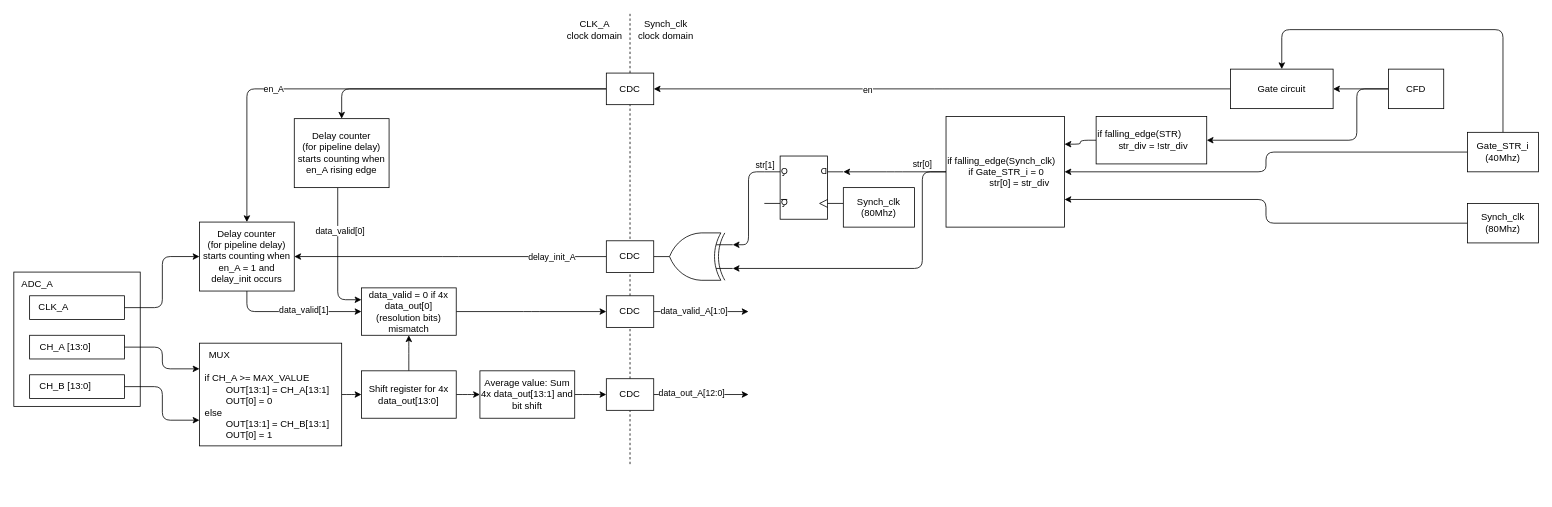
This is sch/fit_pm_afe_chanell_logic.drawio from alice-fit-fee-upgrade/FIT_PM_GW_CPLD, a draw.io file, before an edit. Source tidied: cells renumbered, new cells numbered last; positions are measured from the earlier drawing's top-left corner, leaving out a move shared by most shapes. Both pictures are drawn from the tidied source at 79%, with x=0, y=0 at pixel (13, 13).
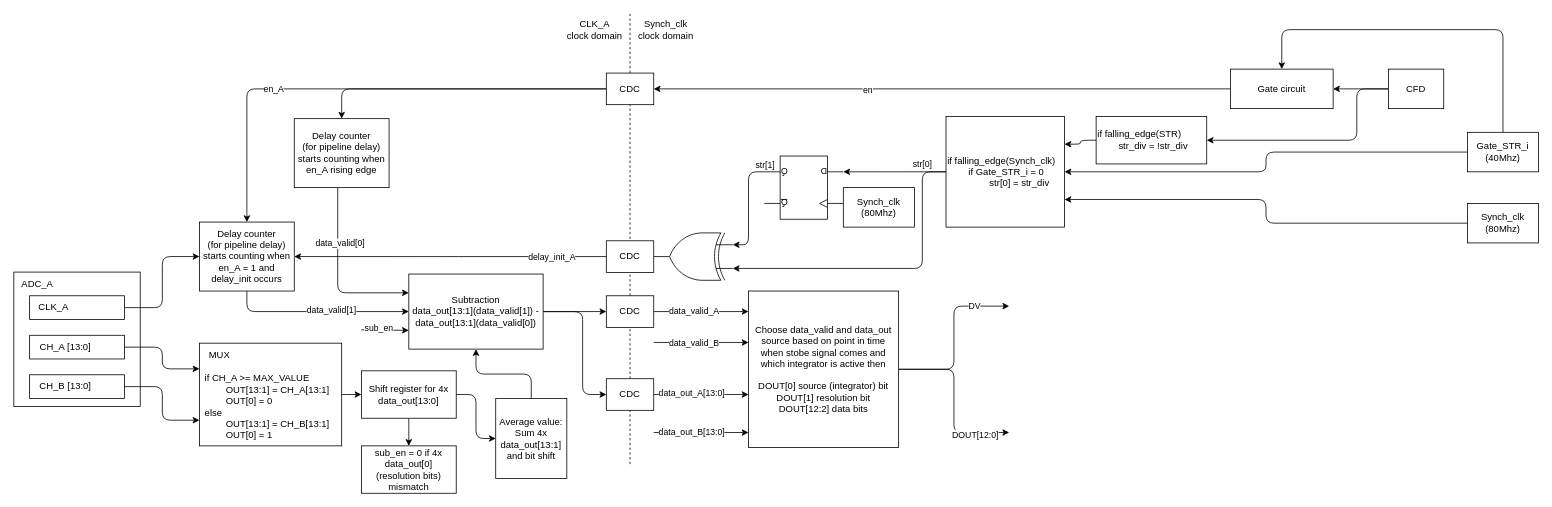
Above is the later version.

The change refers to these unchanged cells:
```xml
<mxCell id="44" value="Delay counter&lt;br&gt;(for pipeline delay)&lt;br&gt;starts counting when en_A = 1 and delay_init occurs" style="whiteSpace=wrap;html=1;" parent="1" vertex="1">
  <mxGeometry x="235" y="263.6" width="120" height="87.3" as="geometry" />
</mxCell>
<mxCell id="47" value="Shift register for 4x data_out[13:0]" style="whiteSpace=wrap;html=1;" parent="1" vertex="1">
  <mxGeometry x="440" y="451.9" width="120" height="60" as="geometry" />
</mxCell>
<mxCell id="53" style="edgeStyle=elbowEdgeStyle;html=1;" parent="1" edge="1" source="55">
  <mxGeometry relative="1" as="geometry">
    <mxPoint x="930" y="376.9" as="targetPoint" />
  </mxGeometry>
</mxCell>
<mxCell id="55" value="CDC" style="whiteSpace=wrap;html=1;" parent="1" vertex="1">
  <mxGeometry x="750" y="356.9" width="60" height="40" as="geometry" />
</mxCell>
<mxCell id="57" style="edgeStyle=elbowEdgeStyle;html=1;" parent="1" edge="1" source="60">
  <mxGeometry relative="1" as="geometry">
    <mxPoint x="930" y="481.9" as="targetPoint" />
  </mxGeometry>
</mxCell>
<mxCell id="60" value="CDC" style="whiteSpace=wrap;html=1;" parent="1" vertex="1">
  <mxGeometry x="750" y="461.9" width="60" height="40" as="geometry" />
</mxCell>
<mxCell id="69" value="Delay counter&lt;br&gt;(for pipeline delay)&lt;br&gt;starts counting when en_A rising edge" style="whiteSpace=wrap;html=1;" parent="1" vertex="1">
  <mxGeometry x="355" y="132.7" width="120" height="87.3" as="geometry" />
</mxCell>
```

Change to the diagram source:
```diff
@@
-    <mxCell id="42" style="edgeStyle=elbowEdgeStyle;html=1;entryX=0;entryY=0.5;entryDx=0;entryDy=0;" parent="1" edge="1" source="44" target="49">
+    <mxCell id="42" style="edgeStyle=elbowEdgeStyle;html=1;entryX=0;entryY=0.5;entryDx=0;entryDy=0;" parent="1" edge="1" source="44" target="73">
       <mxGeometry relative="1" as="geometry">
         <Array as="points">
           <mxPoint x="295" y="334.6" />
         </Array>
       </mxGeometry>
     </mxCell>
@@
+    <mxCell id="46" style="edgeStyle=elbowEdgeStyle;html=1;entryX=0;entryY=0.5;entryDx=0;entryDy=0;" parent="1" edge="1" source="47" target="51">
+      <mxGeometry relative="1" as="geometry" />
+    </mxCell>
-    <mxCell id="45" style="edgeStyle=elbowEdgeStyle;html=1;entryX=0.5;entryY=1;entryDx=0;entryDy=0;" parent="1" edge="1" source="47" target="49">
+    <mxCell id="45" style="edgeStyle=elbowEdgeStyle;elbow=vertical;html=1;entryX=0.5;entryY=0;entryDx=0;entryDy=0;" parent="1" edge="1" source="47" target="49">
       <mxGeometry relative="1" as="geometry" />
     </mxCell>
-    <mxCell id="46" style="edgeStyle=elbowEdgeStyle;html=1;entryX=0;entryY=0.5;entryDx=0;entryDy=0;" parent="1" edge="1" source="47" target="51">
-      <mxGeometry relative="1" as="geometry" />
-    </mxCell>
@@
-    <mxCell id="48" style="edgeStyle=elbowEdgeStyle;html=1;entryX=0;entryY=0.5;entryDx=0;entryDy=0;" parent="1" edge="1" source="49" target="55">
-      <mxGeometry relative="1" as="geometry" />
-    </mxCell>
-    <mxCell id="49" value="data_valid = 0 if 4x data_out[0] (resolution bits) mismatch" style="whiteSpace=wrap;html=1;" parent="1" vertex="1">
-      <mxGeometry x="440" y="346.9" width="120" height="60" as="geometry" />
+    <mxCell id="49" value="sub_en = 0 if 4x data_out[0] (resolution bits) mismatch" style="whiteSpace=wrap;html=1;" parent="1" vertex="1">
+      <mxGeometry x="440" y="546.9" width="120" height="60" as="geometry" />
     </mxCell>
-    <mxCell id="50" style="edgeStyle=elbowEdgeStyle;html=1;entryX=0;entryY=0.5;entryDx=0;entryDy=0;" parent="1" edge="1" source="51" target="60">
-      <mxGeometry relative="1" as="geometry" />
-    </mxCell>
+    <mxCell id="70" style="edgeStyle=elbowEdgeStyle;html=1;entryX=0.5;entryY=1;entryDx=0;entryDy=0;elbow=vertical;" parent="1" edge="1" source="51" target="73">
+      <mxGeometry relative="1" as="geometry" />
+    </mxCell>
     <mxCell id="51" value="Average value: Sum 4x data_out[13:1] and bit shift" style="whiteSpace=wrap;html=1;" parent="1" vertex="1">
-      <mxGeometry x="590" y="451.9" width="120" height="60" as="geometry" />
+      <mxGeometry x="610" y="486.9" width="90" height="101.3" as="geometry" />
     </mxCell>
@@
-    <mxCell id="54" value="data_valid_A[1:0]" style="edgeLabel;html=1;align=center;verticalAlign=middle;" parent="53" vertex="1">
+    <mxCell id="54" value="data_valid_A" style="edgeLabel;html=1;align=center;verticalAlign=middle;" parent="53" vertex="1">
       <mxGeometry x="-0.29" y="1" relative="1" as="geometry">
         <mxPoint x="7" y="1" as="offset" />
       </mxGeometry>
     </mxCell>
@@
-    <mxCell id="59" value="data_out_A[12:0]" style="edgeLabel;html=1;align=center;verticalAlign=middle;" parent="57" vertex="1">
+    <mxCell id="59" value="data_out_A[13:0]" style="edgeLabel;html=1;align=center;verticalAlign=middle;" parent="57" vertex="1">
       <mxGeometry x="-0.21" y="2" relative="1" as="geometry" />
     </mxCell>
@@
-    <mxCell id="67" style="edgeStyle=elbowEdgeStyle;html=1;entryX=0;entryY=0.25;entryDx=0;entryDy=0;" parent="1" edge="1" source="69" target="49">
+    <mxCell id="67" style="edgeStyle=elbowEdgeStyle;html=1;entryX=0;entryY=0.25;entryDx=0;entryDy=0;" parent="1" edge="1" source="69" target="73">
       <mxGeometry relative="1" as="geometry">
         <Array as="points">
           <mxPoint x="410" y="290" />
         </Array>
       </mxGeometry>
     </mxCell>
@@
+    <mxCell id="71" style="edgeStyle=none;html=1;entryX=0;entryY=0.5;entryDx=0;entryDy=0;elbow=vertical;" parent="1" edge="1" source="73" target="55">
+      <mxGeometry relative="1" as="geometry" />
+    </mxCell>
+    <mxCell id="72" style="edgeStyle=elbowEdgeStyle;html=1;entryX=0;entryY=0.5;entryDx=0;entryDy=0;" parent="1" edge="1" source="73" target="60">
+      <mxGeometry relative="1" as="geometry">
+        <Array as="points">
+          <mxPoint x="720" y="377" />
+        </Array>
+      </mxGeometry>
+    </mxCell>
+    <mxCell id="73" value="Subtraction&lt;br&gt;data_out[13:1](data_valid[1]) - data_out[13:1](data_valid[0])" style="whiteSpace=wrap;html=1;" parent="1" vertex="1">
+      <mxGeometry x="500" y="329.4" width="170" height="95" as="geometry" />
+    </mxCell>
+    <mxCell id="74" style="html=1;entryX=0;entryY=0.75;entryDx=0;entryDy=0;" parent="1" edge="1" target="73">
+      <mxGeometry relative="1" as="geometry">
+        <mxPoint x="440" y="400" as="sourcePoint" />
+      </mxGeometry>
+    </mxCell>
+    <mxCell id="75" value="sub_en" style="edgeLabel;html=1;align=center;verticalAlign=middle;" parent="74" vertex="1">
+      <mxGeometry x="-0.26" y="-1" relative="1" as="geometry">
+        <mxPoint y="-4" as="offset" />
+      </mxGeometry>
+    </mxCell>
+    <mxCell id="76" style="edgeStyle=elbowEdgeStyle;html=1;" parent="1" edge="1">
+      <mxGeometry relative="1" as="geometry">
+        <mxPoint x="810" y="416" as="sourcePoint" />
+        <mxPoint x="930" y="416" as="targetPoint" />
+      </mxGeometry>
+    </mxCell>
+    <mxCell id="77" value="data_valid_B" style="edgeLabel;html=1;align=center;verticalAlign=middle;" parent="76" vertex="1">
+      <mxGeometry x="-0.29" y="1" relative="1" as="geometry">
+        <mxPoint x="7" y="1" as="offset" />
+      </mxGeometry>
+    </mxCell>
+    <mxCell id="78" style="edgeStyle=elbowEdgeStyle;html=1;" parent="1" edge="1">
+      <mxGeometry relative="1" as="geometry">
+        <mxPoint x="810" y="530" as="sourcePoint" />
+        <mxPoint x="930" y="530" as="targetPoint" />
+      </mxGeometry>
+    </mxCell>
+    <mxCell id="79" style="edgeLabel;html=1;align=center;verticalAlign=middle;" parent="78" vertex="1">
+      <mxGeometry x="-0.14" y="-1" relative="1" as="geometry" />
+    </mxCell>
+    <mxCell id="80" value="data_out_B[13:0]" style="edgeLabel;html=1;align=center;verticalAlign=middle;" parent="78" vertex="1">
+      <mxGeometry x="-0.21" y="2" relative="1" as="geometry" />
+    </mxCell>
+    <mxCell id="81" style="edgeStyle=elbowEdgeStyle;html=1;" parent="1" edge="1" source="85">
+      <mxGeometry relative="1" as="geometry">
+        <mxPoint x="1260" y="370" as="targetPoint" />
+      </mxGeometry>
+    </mxCell>
+    <mxCell id="82" value="DV" style="edgeLabel;html=1;align=center;verticalAlign=middle;" parent="81" vertex="1">
+      <mxGeometry x="0.59" y="1" relative="1" as="geometry" />
+    </mxCell>
+    <mxCell id="83" style="edgeStyle=elbowEdgeStyle;html=1;" parent="1" edge="1" source="85">
+      <mxGeometry relative="1" as="geometry">
+        <mxPoint x="1260" y="530" as="targetPoint" />
+      </mxGeometry>
+    </mxCell>
+    <mxCell id="84" value="DOUT[12:0]" style="edgeLabel;html=1;align=center;verticalAlign=middle;" parent="83" vertex="1">
+      <mxGeometry x="0.58" y="-2" relative="1" as="geometry">
+        <mxPoint x="3" as="offset" />
+      </mxGeometry>
+    </mxCell>
+    <mxCell id="85" value="Choose data_valid and data_out source based on point in time when stobe signal comes and which integrator is active then&lt;br&gt;&lt;br&gt;DOUT[0] source (integrator) bit&lt;br&gt;DOUT[1] resolution bit&lt;br&gt;DOUT[12:2] data bits" style="whiteSpace=wrap;html=1;" parent="1" vertex="1">
+      <mxGeometry x="930" y="350.9" width="190" height="198.1" as="geometry" />
+    </mxCell>
```
